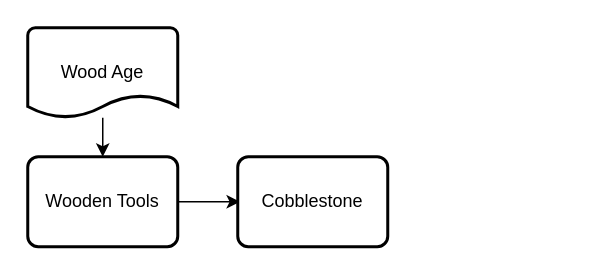
Before: page "Wood Age" (3 of 4) of Untitled Diagram.drawio in MeepishRealms/Cog, a draw.io diagram. Source tidied: cells renumbered, new cells numbered last; positions are measured from the earlier drawing's top-left corner, leaving out a move shared by most shapes. Both pictures are drawn from the tidied source at 150%, with x=0, y=0 at pixel (27, 27).
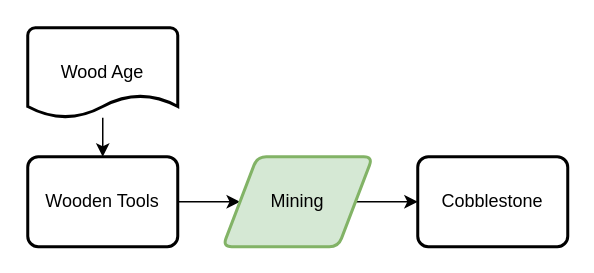
The same page after the edit.

Change to the diagram source:
```diff
@@
 <mxGraphModel>
   <root>
     <mxCell id="0" />
     <mxCell id="1" parent="0" />
-    <mxCell id="2" style="edgeStyle=orthogonalEdgeStyle;rounded=0;jettySize=auto;html=1;" parent="1" edge="1" source="3">
-      <mxGeometry relative="1" as="geometry">
-        <mxPoint x="141.5" y="116" as="targetPoint" />
-      </mxGeometry>
-    </mxCell>
+    <mxCell id="7" style="edgeStyle=orthogonalEdgeStyle;rounded=0;jettySize=auto;html=1;" parent="1" edge="1" source="3" target="9">
+      <mxGeometry relative="1" as="geometry" />
+    </mxCell>
     <mxCell id="3" value="Wooden Tools" style="rounded=1;whiteSpace=wrap;html=1;absoluteArcSize=1;arcSize=14;strokeWidth=2;" parent="1" vertex="1">
       <mxGeometry y="86" width="100" height="60" as="geometry" />
     </mxCell>
     <mxCell id="4" style="edgeStyle=orthogonalEdgeStyle;rounded=0;jettySize=auto;html=1;" parent="1" edge="1" source="5" target="3">
       <mxGeometry relative="1" as="geometry" />
     </mxCell>
     <mxCell id="5" value="Wood Age" style="strokeWidth=2;html=1;shape=mxgraph.flowchart.document2;whiteSpace=wrap;size=0.25;" parent="1" vertex="1">
       <mxGeometry width="100" height="60" as="geometry" />
     </mxCell>
+    <mxCell id="8" style="edgeStyle=orthogonalEdgeStyle;rounded=0;jettySize=auto;html=1;" parent="1" edge="1" source="9" target="6">
+      <mxGeometry relative="1" as="geometry" />
+    </mxCell>
+    <mxCell id="9" value="Mining" style="shape=parallelogram;html=1;strokeWidth=2;perimeter=parallelogramPerimeter;whiteSpace=wrap;rounded=1;arcSize=12;size=0.23;fillColor=#d5e8d4;strokeColor=#82b366;" parent="1" vertex="1">
+      <mxGeometry x="130" y="86" width="100" height="60" as="geometry" />
+    </mxCell>
     <mxCell id="6" value="Cobblestone" style="rounded=1;whiteSpace=wrap;html=1;absoluteArcSize=1;arcSize=14;strokeWidth=2;" parent="1" vertex="1">
-      <mxGeometry x="140" y="86" width="100" height="60" as="geometry" />
+      <mxGeometry x="260" y="86" width="100" height="60" as="geometry" />
     </mxCell>
   </root>
 </mxGraphModel>
```
